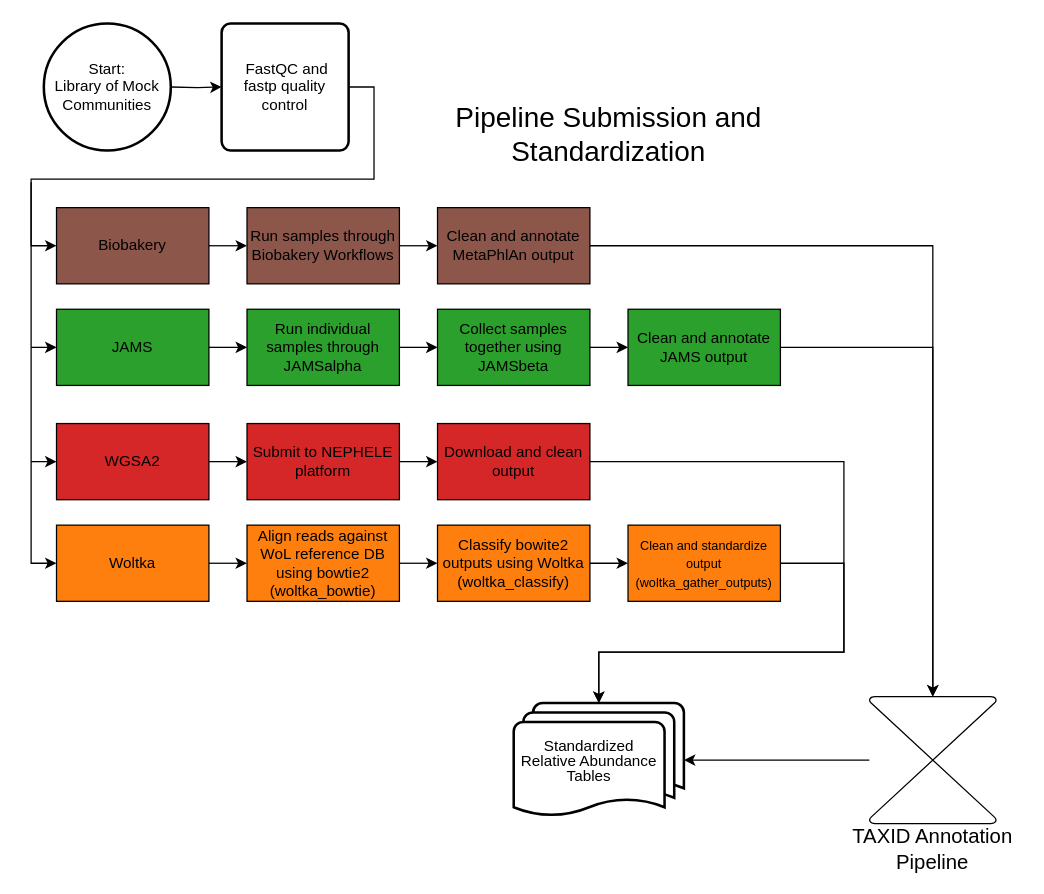
Before: page "Page-1" (1 of 2) of utils/paper/diagrams/overall_workflow.drawio in mvee18/benchmarkingpaper, a draw.io diagram. Source tidied: cells renumbered, new cells numbered last; positions are measured from the earlier drawing's top-left corner, leaving out a move shared by most shapes. Both pictures are drawn from the tidied source at 127%, with x=0, y=0 at pixel (30, 23).
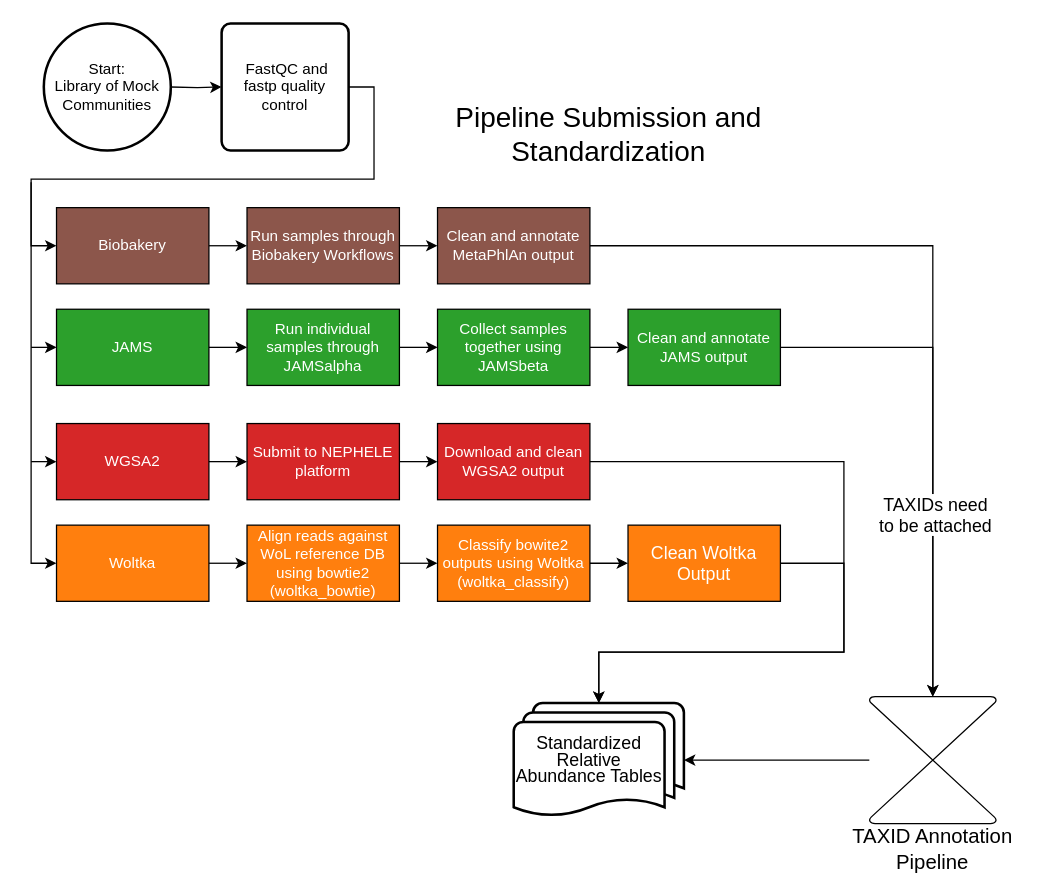
After the change.

The change refers to these unchanged cells:
```xml
<mxCell id="34" style="edgeStyle=orthogonalEdgeStyle;rounded=0;jettySize=auto;html=1;exitX=1;exitY=0.5;exitDx=0;exitDy=0;entryX=0.5;entryY=0;entryDx=0;entryDy=0;entryPerimeter=0;fontSize=22;" parent="1" edge="1" source="35" target="24">
  <mxGeometry relative="1" as="geometry" />
</mxCell>
```

Diff of the diagram source:
```diff
@@
-    <mxCell id="6" value="Biobakery" style="rounded=0;whiteSpace=wrap;html=1;fillColor=#8c564b;" parent="1" vertex="1">
+    <mxCell id="6" value="&lt;font color=&quot;#ffffff&quot;&gt;Biobakery&lt;/font&gt;" style="rounded=0;whiteSpace=wrap;html=1;fillColor=#8c564b;" parent="1" vertex="1">
       <mxGeometry x="20" y="145" width="120" height="60" as="geometry" />
     </mxCell>
@@
-    <mxCell id="8" value="JAMS" style="rounded=0;whiteSpace=wrap;html=1;labelBackgroundColor=none;fillColor=#2CA02C;" parent="1" vertex="1">
+    <mxCell id="8" value="&lt;font color=&quot;#ffffff&quot;&gt;JAMS&lt;/font&gt;" style="rounded=0;whiteSpace=wrap;html=1;labelBackgroundColor=none;fillColor=#2CA02C;" parent="1" vertex="1">
       <mxGeometry x="20" y="225" width="120" height="60" as="geometry" />
     </mxCell>
@@
-    <mxCell id="10" value="WGSA2" style="rounded=0;whiteSpace=wrap;html=1;labelBackgroundColor=none;fillColor=#d62728;" parent="1" vertex="1">
+    <mxCell id="10" value="WGSA2" style="rounded=0;whiteSpace=wrap;html=1;labelBackgroundColor=none;fillColor=#d62728;fontColor=#FFFFFF;" parent="1" vertex="1">
       <mxGeometry x="20" y="315" width="120" height="60" as="geometry" />
     </mxCell>
@@
-    <mxCell id="12" value="Woltka" style="rounded=0;whiteSpace=wrap;html=1;fillColor=#ff7f0e;" parent="1" vertex="1">
+    <mxCell id="12" value="Woltka" style="rounded=0;whiteSpace=wrap;html=1;fillColor=#ff7f0e;fontColor=#FFFFFF;" parent="1" vertex="1">
       <mxGeometry x="20" y="395" width="120" height="60" as="geometry" />
     </mxCell>
@@
-    <mxCell id="14" value="Run samples through Biobakery Workflows" style="rounded=0;whiteSpace=wrap;html=1;fillColor=#8c564b;" parent="1" vertex="1">
+    <mxCell id="14" value="&lt;font color=&quot;#ffffff&quot;&gt;Run samples through Biobakery Workflows&lt;/font&gt;" style="rounded=0;whiteSpace=wrap;html=1;fillColor=#8c564b;" parent="1" vertex="1">
       <mxGeometry x="170" y="145" width="120" height="60" as="geometry" />
     </mxCell>
@@
-    <mxCell id="16" value="Run individual samples through JAMSalpha" style="rounded=0;whiteSpace=wrap;html=1;fillColor=#2CA02C;" parent="1" vertex="1">
+    <mxCell id="16" value="&lt;font color=&quot;#ffffff&quot;&gt;Run individual samples through JAMSalpha&lt;/font&gt;" style="rounded=0;whiteSpace=wrap;html=1;fillColor=#2CA02C;" parent="1" vertex="1">
       <mxGeometry x="170" y="225" width="120" height="60" as="geometry" />
     </mxCell>
@@
-    <mxCell id="18" value="Align reads against WoL reference DB using bowtie2 (woltka_bowtie)" style="rounded=0;whiteSpace=wrap;html=1;fillColor=#ff7f0e;" parent="1" vertex="1">
+    <mxCell id="18" value="Align reads against WoL reference DB using bowtie2 (woltka_bowtie)" style="rounded=0;whiteSpace=wrap;html=1;fillColor=#ff7f0e;fontColor=#FFFFFF;" parent="1" vertex="1">
       <mxGeometry x="170" y="395" width="120" height="60" as="geometry" />
     </mxCell>
@@
-    <mxCell id="20" value="Classify bowite2 outputs using Woltka (woltka_classify)" style="rounded=0;whiteSpace=wrap;html=1;fillColor=#ff7f0e;" parent="1" vertex="1">
+    <mxCell id="20" value="Classify bowite2 outputs using Woltka (woltka_classify)" style="rounded=0;whiteSpace=wrap;html=1;fillColor=#ff7f0e;fontColor=#FFFFFF;" parent="1" vertex="1">
       <mxGeometry x="320" y="395" width="120" height="60" as="geometry" />
     </mxCell>
@@
-    <mxCell id="22" value="&lt;font style=&quot;font-size: 10px;&quot;&gt;Clean and standardize output (woltka_gather_outputs)&lt;/font&gt;" style="rounded=0;whiteSpace=wrap;html=1;fillColor=#ff7f0e;" parent="1" vertex="1">
+    <mxCell id="22" value="&lt;font style=&quot;font-size: 14px;&quot;&gt;Clean Woltka Output&lt;/font&gt;" style="rounded=0;whiteSpace=wrap;html=1;fillColor=#ff7f0e;fontColor=#FFFFFF;" parent="1" vertex="1">
       <mxGeometry x="470" y="395" width="120" height="60" as="geometry" />
     </mxCell>
@@
-    <mxCell id="27" value="Collect samples together using JAMSbeta" style="rounded=0;whiteSpace=wrap;html=1;fillColor=#2CA02C;" parent="1" vertex="1">
+    <mxCell id="27" value="&lt;font color=&quot;#ffffff&quot;&gt;Collect samples together using JAMSbeta&lt;/font&gt;" style="rounded=0;whiteSpace=wrap;html=1;fillColor=#2CA02C;" parent="1" vertex="1">
       <mxGeometry x="320" y="225" width="120" height="60" as="geometry" />
     </mxCell>
@@
-    <mxCell id="29" value="Clean and annotate JAMS output" style="rounded=0;whiteSpace=wrap;html=1;fillColor=#2CA02C;" parent="1" vertex="1">
+    <mxCell id="29" value="Clean and annotate JAMS output" style="rounded=0;whiteSpace=wrap;html=1;fillColor=#2CA02C;fontColor=#FFFFFF;" parent="1" vertex="1">
       <mxGeometry x="470" y="225" width="120" height="60" as="geometry" />
     </mxCell>
@@
-    <mxCell id="31" value="Submit to NEPHELE platform" style="rounded=0;whiteSpace=wrap;html=1;labelBackgroundColor=none;fillColor=#d62728;" parent="1" vertex="1">
+    <mxCell id="31" value="Submit to NEPHELE platform" style="rounded=0;whiteSpace=wrap;html=1;labelBackgroundColor=none;fillColor=#d62728;fontColor=#FFFFFF;" parent="1" vertex="1">
       <mxGeometry x="170" y="315" width="120" height="60" as="geometry" />
     </mxCell>
@@
-    <mxCell id="33" value="Download and clean output" style="rounded=0;whiteSpace=wrap;html=1;labelBackgroundColor=none;fillColor=#d62728;" parent="1" vertex="1">
+    <mxCell id="33" value="Download and clean WGSA2 output" style="rounded=0;whiteSpace=wrap;html=1;labelBackgroundColor=none;fillColor=#d62728;fontColor=#FFFFFF;" parent="1" vertex="1">
       <mxGeometry x="320" y="315" width="120" height="60" as="geometry" />
     </mxCell>
@@
+    <mxCell id="42" value="&lt;font color=&quot;#000000&quot;&gt;TAXIDs need&lt;br&gt;to be attached&lt;/font&gt;" style="edgeLabel;html=1;align=center;verticalAlign=middle;fontSize=14;fontColor=#FFFFFF;" parent="34" vertex="1">
+      <mxGeometry x="0.54" y="1" relative="1" as="geometry" />
+    </mxCell>
-    <mxCell id="35" value="Clean and annotate MetaPhlAn output" style="rounded=0;whiteSpace=wrap;html=1;fillColor=#8c564b;" parent="1" vertex="1">
+    <mxCell id="35" value="&lt;font color=&quot;#ffffff&quot;&gt;Clean and annotate MetaPhlAn output&lt;/font&gt;" style="rounded=0;whiteSpace=wrap;html=1;fillColor=#8c564b;" parent="1" vertex="1">
       <mxGeometry x="320" y="145" width="120" height="60" as="geometry" />
     </mxCell>
@@
-    <mxCell id="40" value="&lt;p style=&quot;line-height: 100%; font-size: 12px;&quot;&gt;&lt;font style=&quot;font-size: 12px;&quot;&gt;Standardized Relative Abundance Tables&lt;/font&gt;&lt;/p&gt;" style="strokeWidth=2;html=1;shape=mxgraph.flowchart.multi-document;whiteSpace=wrap;labelBackgroundColor=none;fontSize=12;fillColor=#FFFFFF;align=center;spacingRight=15;" parent="1" vertex="1">
+    <mxCell id="40" value="&lt;p style=&quot;line-height: 100%;&quot;&gt;&lt;font style=&quot;font-size: 14px;&quot;&gt;Standardized Relative Abundance Tables&lt;/font&gt;&lt;/p&gt;" style="strokeWidth=2;html=1;shape=mxgraph.flowchart.multi-document;whiteSpace=wrap;labelBackgroundColor=none;fontSize=12;fillColor=#FFFFFF;align=center;spacingRight=15;" parent="1" vertex="1">
       <mxGeometry x="380" y="535" width="134" height="90" as="geometry" />
     </mxCell>
```
